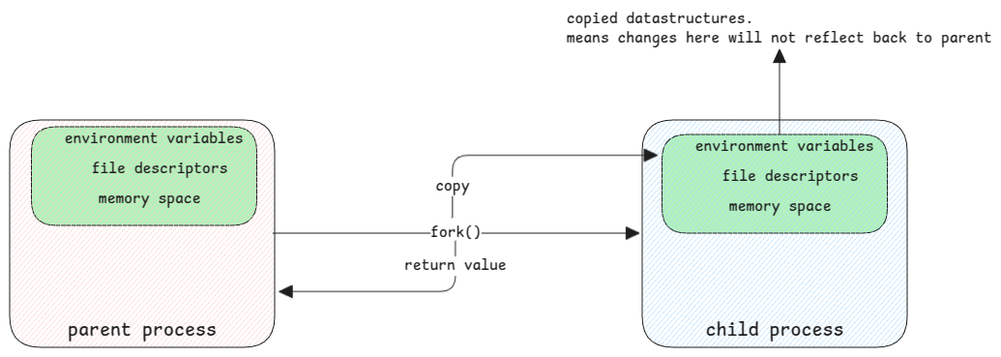
The Excalidraw diagram static/img/fork-process-duplication.excalidraw.png in swaroopar/inprogress-engineer, before a commit. Source tidied: one line per element, renumbered; positions are measured from the earlier drawing's top-left corner, leaving out a move shared by most shapes.
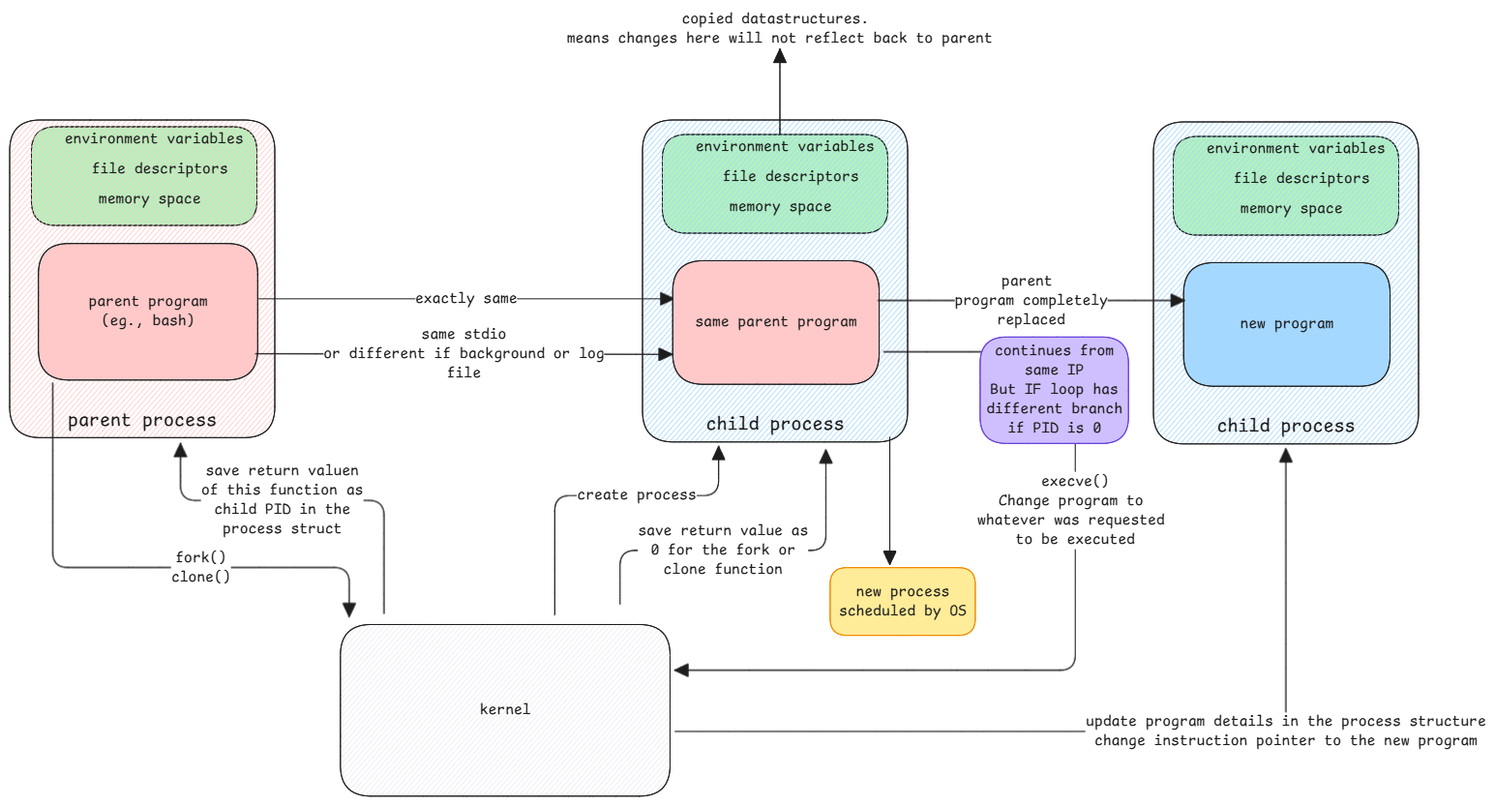
The same file after the commit.

What changed in the source:
```diff
@@ -1,20 +1,51 @@
 {"id": 0, "type": "rectangle", "strokeColor": "#1e1e1e", "backgroundColor": "#b2f2bb", "fillStyle": "solid", "strokeWidth": 1, "roughness": 0, "round": true, "x": 22, "y": 121, "width": 233, "height": 102}
 {"id": 1, "type": "rectangle", "strokeColor": "#1e1e1e", "backgroundColor": "#b2f2bb", "fillStyle": "solid", "strokeWidth": 1, "roughness": 0, "round": true, "x": 674, "y": 129, "width": 233, "height": 102}
-{"id": 2, "type": "rectangle", "strokeColor": "#1e1e1e", "backgroundColor": "#ffc9c9", "fillStyle": "hachure", "strokeWidth": 1, "roughness": 0, "round": true, "x": 0, "y": 114, "width": 274, "height": 235}
+{"id": 2, "type": "rectangle", "strokeColor": "#1e1e1e", "backgroundColor": "#ffc9c9", "fillStyle": "hachure", "strokeWidth": 1, "roughness": 0, "round": true, "x": 0, "y": 114, "width": 274, "height": 328}
-{"id": 3, "type": "text", "text": "parent process", "strokeColor": "#1e1e1e", "strokeWidth": 2, "roughness": 1, "fontSize": 20, "fontFamily": 8, "textAlign": "center", "verticalAlign": "bottom", "inside": 2, "x": 60, "y": 319, "width": 154, "height": 25}
+{"id": 3, "type": "text", "text": "parent process", "strokeColor": "#1e1e1e", "strokeWidth": 2, "roughness": 1, "fontSize": 20, "fontFamily": 8, "textAlign": "center", "verticalAlign": "bottom", "inside": 2, "x": 60, "y": 412, "width": 154, "height": 25}
-{"id": 4, "type": "rectangle", "strokeColor": "#1e1e1e", "backgroundColor": "#a5d8ff", "fillStyle": "hachure", "strokeWidth": 1, "roughness": 0, "round": true, "x": 654, "y": 114, "width": 274, "height": 235}
+{"id": 4, "type": "rectangle", "strokeColor": "#1e1e1e", "backgroundColor": "#a5d8ff", "fillStyle": "hachure", "strokeWidth": 1, "roughness": 0, "round": true, "x": 654, "y": 114, "width": 274, "height": 333}
-{"id": 5, "type": "text", "text": "child process", "strokeColor": "#1e1e1e", "strokeWidth": 2, "roughness": 1, "fontSize": 20, "fontFamily": 8, "textAlign": "center", "verticalAlign": "bottom", "inside": 4, "x": 720, "y": 319, "width": 143, "height": 25}
+{"id": 5, "type": "text", "text": "child process", "strokeColor": "#1e1e1e", "strokeWidth": 2, "roughness": 1, "fontSize": 20, "fontFamily": 8, "textAlign": "center", "verticalAlign": "bottom", "inside": 4, "x": 720, "y": 417, "width": 143, "height": 25}
-{"id": 6, "type": "arrow", "strokeColor": "#1e1e1e", "strokeWidth": 1, "roughness": 0, "endArrowhead": "triangle", "round": true, "from": 0, "x": 272, "y": 231, "width": 379, "height": 0, "points": [[0, 0], [379, 0]]}
-{"id": 7, "type": "text", "text": "fork()", "strokeColor": "#1e1e1e", "strokeWidth": 1, "roughness": 1, "fontSize": 16, "fontFamily": 8, "textAlign": "center", "verticalAlign": "middle", "inside": 6, "x": 435, "y": 221, "width": 53, "height": 20}
 {"id": 8, "type": "text", "text": "environment variables", "strokeColor": "#1e1e1e", "strokeWidth": 1, "roughness": 0, "fontSize": 16, "fontFamily": 8, "x": 709, "y": 132, "width": 185, "height": 20}
 {"id": 9, "type": "text", "text": "file descriptors", "strokeColor": "#1e1e1e", "strokeWidth": 1, "roughness": 0, "fontSize": 16, "fontFamily": 8, "x": 737, "y": 163, "width": 141, "height": 20}
 {"id": 10, "type": "text", "text": "memory space", "strokeColor": "#1e1e1e", "strokeWidth": 1, "roughness": 0, "fontSize": 16, "fontFamily": 8, "x": 744, "y": 194, "width": 106, "height": 20}
-{"id": 11, "type": "arrow", "strokeColor": "#1e1e1e", "strokeWidth": 1, "roughness": 0, "endArrowhead": "triangle", "to": 1, "x": 457, "y": 215, "width": 213, "height": 65, "points": [[0, 0], [1, 0], [1, -65], [213, -65]]}
-{"id": 12, "type": "text", "text": "copy", "strokeColor": "#1e1e1e", "strokeWidth": 1, "roughness": 0, "fontSize": 16, "fontFamily": 8, "textAlign": "center", "verticalAlign": "middle", "inside": 11, "x": 519, "y": 163, "width": 35, "height": 20}
 {"id": 13, "type": "arrow", "strokeColor": "#1e1e1e", "strokeWidth": 1, "roughness": 0, "endArrowhead": "triangle", "round": true, "x": 796, "y": 129, "width": 0, "height": 88, "points": [[0, 0], [0, -88]]}
-{"id": 14, "type": "text", "text": "copied datastructures. \nmeans changes here will not reflect back to parent", "strokeColor": "#1e1e1e", "strokeWidth": 1, "roughness": 0, "fontSize": 16, "fontFamily": 8, "x": 576, "y": 0, "width": 440, "height": 40}
+{"id": 14, "type": "text", "text": "copied datastructures. \nmeans changes here will not reflect back to parent", "strokeColor": "#1e1e1e", "strokeWidth": 1, "roughness": 0, "fontSize": 16, "fontFamily": 8, "textAlign": "center", "x": 576, "y": 0, "width": 440, "height": 40}
-{"id": 15, "type": "arrow", "strokeColor": "#1e1e1e", "backgroundColor": "#b2f2bb", "fillStyle": "hachure", "strokeWidth": 1, "roughness": 0, "endArrowhead": "triangle", "to": 2, "x": 461, "y": 239, "width": 182, "height": 52, "points": [[0, 0], [0, 0], [0, 52], [-182, 52]]}
-{"id": 16, "type": "text", "text": "return value", "strokeColor": "#1e1e1e", "backgroundColor": "#b2f2bb", "fillStyle": "hachure", "strokeWidth": 1, "roughness": 0, "fontSize": 16, "fontFamily": 8, "textAlign": "center", "verticalAlign": "middle", "inside": 15, "x": 337, "y": 273, "width": 106, "height": 20}
 {"id": 17, "type": "text", "text": "environment variables", "strokeColor": "#1e1e1e", "strokeWidth": 1, "roughness": 0, "fontSize": 16, "fontFamily": 8, "x": 57, "y": 124, "width": 185, "height": 20}
 {"id": 18, "type": "text", "text": "file descriptors", "strokeColor": "#1e1e1e", "strokeWidth": 1, "roughness": 0, "fontSize": 16, "fontFamily": 8, "x": 85, "y": 155, "width": 141, "height": 20}
 {"id": 19, "type": "text", "text": "memory space", "strokeColor": "#1e1e1e", "strokeWidth": 1, "roughness": 0, "fontSize": 16, "fontFamily": 8, "x": 92, "y": 186, "width": 106, "height": 20}
+{"id": 20, "type": "rectangle", "strokeColor": "#1e1e1e", "backgroundColor": "#e9ecef", "fillStyle": "hachure", "strokeWidth": 1, "roughness": 0, "round": true, "x": 342, "y": 635, "width": 341, "height": 177}
+{"id": 21, "type": "text", "text": "kernel", "strokeColor": "#1e1e1e", "strokeWidth": 1, "roughness": 0, "fontSize": 16, "fontFamily": 8, "textAlign": "center", "verticalAlign": "middle", "inside": 20, "x": 486, "y": 714, "width": 53, "height": 20}
+{"id": 22, "type": "rectangle", "strokeColor": "#1e1e1e", "backgroundColor": "#ffc9c9", "fillStyle": "solid", "strokeWidth": 1, "roughness": 0, "round": true, "x": 30, "y": 242, "width": 227, "height": 141}
+{"id": 23, "type": "text", "text": "parent program\n(eg., bash)", "strokeColor": "#1e1e1e", "strokeWidth": 1, "roughness": 0, "fontSize": 16, "fontFamily": 8, "textAlign": "center", "verticalAlign": "middle", "inside": 22, "x": 81, "y": 292, "width": 123, "height": 40}
+{"id": 24, "type": "arrow", "strokeColor": "#1e1e1e", "strokeWidth": 1, "roughness": 0, "endArrowhead": "triangle", "from": 22, "to": 20, "x": 44, "y": 386, "width": 306, "height": 242, "points": [[0, 0], [0, 191], [306, 191], [306, 242]]}
+{"id": 25, "type": "text", "text": "fork()\nclone()", "strokeColor": "#1e1e1e", "strokeWidth": 1, "roughness": 0, "fontSize": 16, "fontFamily": 8, "textAlign": "center", "verticalAlign": "middle", "inside": 24, "x": 74, "y": 564, "width": 62, "height": 40}
+{"id": 26, "type": "arrow", "strokeColor": "#1e1e1e", "strokeWidth": 1, "roughness": 0, "endArrowhead": "triangle", "from": 20, "to": 4, "x": 563, "y": 626, "width": 169, "height": 174, "points": [[0, 0], [0, -124], [169, -124], [169, -174]]}
+{"id": 27, "type": "text", "text": "create process", "strokeColor": "#1e1e1e", "strokeWidth": 1, "roughness": 0, "fontSize": 16, "fontFamily": 8, "textAlign": "center", "verticalAlign": "middle", "inside": 26, "x": 671, "y": 512, "width": 123, "height": 20}
+{"id": 28, "type": "arrow", "strokeColor": "#1e1e1e", "strokeWidth": 1, "roughness": 0, "endArrowhead": "triangle", "from": 22, "x": 257, "y": 299, "width": 429, "height": 0, "points": [[0, 0], [429, 0]]}
+{"id": 29, "type": "text", "text": "exactly same", "strokeColor": "#1e1e1e", "backgroundColor": "#ffc9c9", "fillStyle": "solid", "strokeWidth": 1, "roughness": 0, "fontSize": 16, "fontFamily": 8, "textAlign": "center", "verticalAlign": "middle", "inside": 28, "x": 419, "y": 289, "width": 106, "height": 20}
+{"id": 30, "type": "rectangle", "strokeColor": "#1e1e1e", "backgroundColor": "#ffc9c9", "fillStyle": "solid", "strokeWidth": 1, "roughness": 0, "round": true, "x": 685, "y": 259, "width": 213, "height": 128}
+{"id": 31, "type": "text", "text": "same parent program", "strokeColor": "#1e1e1e", "strokeWidth": 1, "roughness": 0, "fontSize": 16, "fontFamily": 8, "textAlign": "center", "verticalAlign": "middle", "inside": 30, "x": 708, "y": 313, "width": 167, "height": 20}
+{"id": 32, "type": "arrow", "strokeColor": "#1e1e1e", "backgroundColor": "#ffc9c9", "fillStyle": "solid", "strokeWidth": 1, "roughness": 0, "endArrowhead": "triangle", "from": 20, "to": 2, "x": 387, "y": 625, "width": 210, "height": 176, "points": [[0, 0], [0, -117], [-210, -117], [-210, -176]]}
+{"id": 33, "type": "text", "text": "save return valuen\nof this function as\nchild PID in the\nprocess struct", "strokeColor": "#1e1e1e", "backgroundColor": "#ffc9c9", "fillStyle": "solid", "strokeWidth": 1, "roughness": 0, "fontSize": 16, "fontFamily": 8, "textAlign": "center", "verticalAlign": "middle", "inside": 32, "x": 198, "y": 499, "width": 167, "height": 80}
+{"id": 34, "type": "arrow", "strokeColor": "#1e1e1e", "backgroundColor": "#ffc9c9", "fillStyle": "solid", "strokeWidth": 1, "roughness": 0, "endArrowhead": "triangle", "from": 20, "to": 4, "x": 631, "y": 615, "width": 213, "height": 160, "points": [[0, 0], [0, -56], [213, -56], [213, -160]]}
+{"id": 35, "type": "text", "text": "save return value as\n0 for the fork or\nclone function", "strokeColor": "#1e1e1e", "backgroundColor": "#ffc9c9", "fillStyle": "solid", "strokeWidth": 1, "roughness": 0, "fontSize": 16, "fontFamily": 8, "textAlign": "center", "verticalAlign": "middle", "inside": 34, "x": 649, "y": 529, "width": 176, "height": 60}
+{"id": 36, "type": "arrow", "strokeColor": "#1e1e1e", "backgroundColor": "#ffc9c9", "fillStyle": "solid", "strokeWidth": 1, "roughness": 0, "endArrowhead": "triangle", "from": 30, "to": 20, "x": 903, "y": 354, "width": 414, "height": 329, "points": [[0, 0], [198, 0], [198, 329], [-216, 329]]}
+{"id": 37, "type": "text", "text": "execve()\nChange program to \nwhatever was requested \nto be executed", "strokeColor": "#1e1e1e", "backgroundColor": "#ffc9c9", "fillStyle": "solid", "strokeWidth": 1, "roughness": 0, "fontSize": 16, "fontFamily": 8, "textAlign": "center", "verticalAlign": "middle", "inside": 36, "x": 954, "y": 484, "width": 202, "height": 80}
+{"id": 38, "type": "arrow", "strokeColor": "#1e1e1e", "backgroundColor": "#ffc9c9", "fillStyle": "solid", "strokeWidth": 1, "roughness": 0, "endArrowhead": "triangle", "from": 22, "to": 30, "x": 254, "y": 356, "width": 431, "height": 1, "points": [[0, 0], [431, 1]]}
+{"id": 39, "type": "text", "text": "same stdio\nor different if background or log\nfile", "strokeColor": "#1e1e1e", "backgroundColor": "#ffc9c9", "fillStyle": "solid", "strokeWidth": 1, "roughness": 0, "fontSize": 16, "fontFamily": 8, "textAlign": "center", "verticalAlign": "middle", "inside": 38, "x": 389, "y": 316, "width": 290, "height": 60}
+{"id": 40, "type": "rectangle", "strokeColor": "#1e1e1e", "backgroundColor": "#b2f2bb", "fillStyle": "solid", "strokeWidth": 1, "roughness": 0, "round": true, "x": 1203, "y": 131, "width": 233, "height": 102}
+{"id": 41, "type": "rectangle", "strokeColor": "#1e1e1e", "backgroundColor": "#a5d8ff", "fillStyle": "hachure", "strokeWidth": 1, "roughness": 0, "round": true, "x": 1182, "y": 116, "width": 274, "height": 333}
+{"id": 42, "type": "text", "text": "child process", "strokeColor": "#1e1e1e", "strokeWidth": 2, "roughness": 1, "fontSize": 20, "fontFamily": 8, "textAlign": "center", "verticalAlign": "bottom", "inside": 41, "x": 1248, "y": 419, "width": 143, "height": 25}
+{"id": 43, "type": "text", "text": "environment variables", "strokeColor": "#1e1e1e", "strokeWidth": 1, "roughness": 0, "fontSize": 16, "fontFamily": 8, "x": 1237, "y": 134, "width": 185, "height": 20}
+{"id": 44, "type": "text", "text": "file descriptors", "strokeColor": "#1e1e1e", "strokeWidth": 1, "roughness": 0, "fontSize": 16, "fontFamily": 8, "x": 1265, "y": 165, "width": 141, "height": 20}
+{"id": 45, "type": "text", "text": "memory space", "strokeColor": "#1e1e1e", "strokeWidth": 1, "roughness": 0, "fontSize": 16, "fontFamily": 8, "x": 1272, "y": 196, "width": 106, "height": 20}
+{"id": 46, "type": "rectangle", "strokeColor": "#1e1e1e", "backgroundColor": "#a5d8ff", "fillStyle": "solid", "strokeWidth": 1, "roughness": 0, "round": true, "x": 1213, "y": 261, "width": 213, "height": 128}
+{"id": 47, "type": "text", "text": "new program", "strokeColor": "#1e1e1e", "strokeWidth": 1, "roughness": 0, "fontSize": 16, "fontFamily": 8, "textAlign": "center", "verticalAlign": "middle", "inside": 46, "x": 1271, "y": 315, "width": 97, "height": 20}
+{"id": 48, "type": "arrow", "strokeColor": "#1e1e1e", "backgroundColor": "#a5d8ff", "fillStyle": "solid", "strokeWidth": 1, "roughness": 0, "endArrowhead": "triangle", "x": 897, "y": 301, "width": 317, "height": 0, "points": [[0, 0], [317, 0]]}
+{"id": 49, "type": "text", "text": "parent \nprogram completely\nreplaced", "strokeColor": "#1e1e1e", "backgroundColor": "#a5d8ff", "fillStyle": "solid", "strokeWidth": 1, "roughness": 0, "fontSize": 16, "fontFamily": 8, "textAlign": "center", "verticalAlign": "middle", "inside": 48, "x": 976, "y": 271, "width": 158, "height": 60}
+{"id": 50, "type": "arrow", "strokeColor": "#1e1e1e", "backgroundColor": "#a5d8ff", "fillStyle": "solid", "strokeWidth": 1, "roughness": 0, "endArrowhead": "triangle", "from": 20, "to": 41, "x": 687, "y": 746, "width": 631, "height": 292, "points": [[0, 0], [631, 0], [631, -292]]}
+{"id": 51, "type": "text", "text": "update program details in the process structure\nchange instruction pointer to the new program", "strokeColor": "#1e1e1e", "backgroundColor": "#a5d8ff", "fillStyle": "solid", "strokeWidth": 1, "roughness": 0, "fontSize": 16, "fontFamily": 8, "textAlign": "center", "verticalAlign": "middle", "inside": 50, "x": 1112, "y": 726, "width": 414, "height": 40}
+{"id": 52, "type": "arrow", "strokeColor": "#1e1e1e", "backgroundColor": "#a5d8ff", "fillStyle": "solid", "strokeWidth": 1, "roughness": 0, "endArrowhead": "triangle", "to": 53, "x": 910, "y": 442, "width": 0, "height": 132, "points": [[0, 0], [0, 132]]}
+{"id": 53, "type": "rectangle", "strokeColor": "#f08c00", "backgroundColor": "#ffec99", "fillStyle": "solid", "strokeWidth": 1, "roughness": 0, "round": true, "x": 848, "y": 577, "width": 150, "height": 70}
+{"id": 54, "type": "text", "text": "new process\nscheduled by OS", "strokeColor": "#1e1e1e", "backgroundColor": "#ffec99", "fillStyle": "solid", "strokeWidth": 1, "roughness": 0, "fontSize": 16, "fontFamily": 8, "textAlign": "center", "verticalAlign": "middle", "inside": 53, "x": 857, "y": 592, "width": 132, "height": 40}
+{"id": 55, "type": "rectangle", "strokeColor": "#6741d9", "backgroundColor": "#d0bfff", "fillStyle": "solid", "strokeWidth": 1, "roughness": 0, "round": true, "x": 1003, "y": 338, "width": 153, "height": 110}
+{"id": 56, "type": "text", "text": "continues from\nsame IP\nBut IF loop has\ndifferent branch\nif PID is 0", "strokeColor": "#1e1e1e", "backgroundColor": "#ffec99", "fillStyle": "solid", "strokeWidth": 1, "roughness": 0, "fontSize": 16, "fontFamily": 8, "textAlign": "center", "verticalAlign": "middle", "inside": 55, "x": 1009, "y": 343, "width": 141, "height": 100}
```
